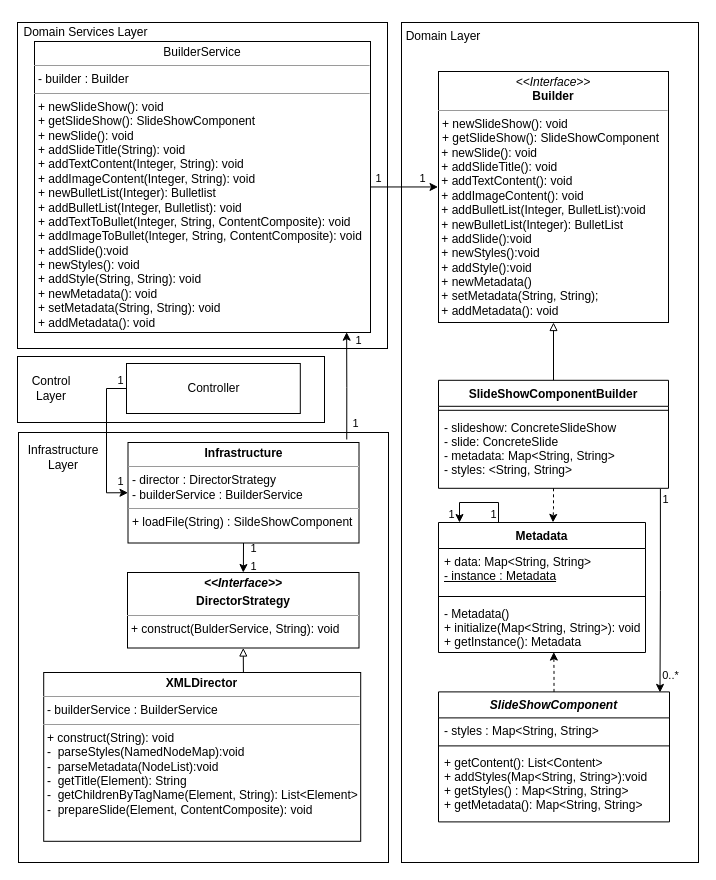
Above: Diagrams/NewDesign/Design without feature/Partial Designs for report/ObjectCreation_Domain.drawio in maartendekker1998/OU_jabberpoint (draw.io), before the change. Source tidied: cells renumbered, new cells numbered last; positions are measured from the earlier drawing's top-left corner, leaving out a move shared by most shapes. Both pictures are drawn from the tidied source at 100%, with x=0, y=0 at pixel (17, 17).
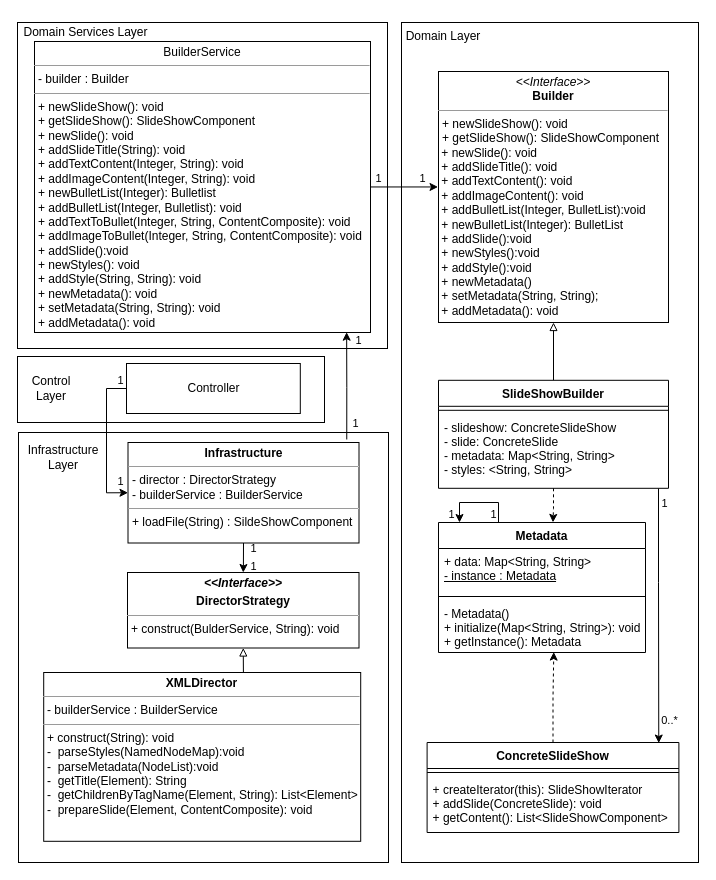
The same diagram, later.

Unchanged cells that the change refers to:
```xml
<mxCell id="13" value="- Metadata()&#10;+ initialize(Map&lt;String, String&gt;): void&#10;+ getInstance(): Metadata" style="text;strokeColor=none;fillColor=none;align=left;verticalAlign=top;spacingLeft=4;spacingRight=4;overflow=hidden;points=[[0,0.5],[1,0.5]];portConstraint=eastwest;" parent="10" vertex="1">
  <mxGeometry y="78" width="207" height="52" as="geometry" />
</mxCell>
```

Diff of the diagram source:
```diff
@@
-    <mxCell id="5" style="edgeStyle=orthogonalEdgeStyle;rounded=0;jettySize=auto;html=1;dashed=1;endArrow=classic;endFill=1;entryX=0.557;entryY=0.992;entryDx=0;entryDy=0;entryPerimeter=0;" parent="1" edge="1" source="6" target="13">
+    <mxCell id="5" style="edgeStyle=orthogonalEdgeStyle;rounded=0;jettySize=auto;html=1;dashed=1;endArrow=classic;endFill=1;entryX=0.557;entryY=0.992;entryDx=0;entryDy=0;entryPerimeter=0;exitX=0.5;exitY=0;exitDx=0;exitDy=0;" parent="1" edge="1" source="49" target="13">
       <mxGeometry relative="1" as="geometry" />
     </mxCell>
-    <mxCell id="6" value="SlideShowComponent" style="swimlane;fontStyle=3;align=center;verticalAlign=top;horizontal=1;startSize=26;" parent="1" vertex="1">
-      <mxGeometry x="421" y="674.4" width="231" height="130" as="geometry" />
-    </mxCell>
-    <mxCell id="7" value="- styles : Map&lt;String, String&gt;" style="text;strokeColor=none;fillColor=none;align=left;verticalAlign=top;spacingLeft=4;spacingRight=4;overflow=hidden;" parent="6" vertex="1">
-      <mxGeometry y="26" width="231" height="24" as="geometry" />
-    </mxCell>
-    <mxCell id="8" style="line;strokeWidth=1;fillColor=none;align=left;verticalAlign=middle;spacingTop=-1;spacingLeft=3;spacingRight=3;labelPosition=right;strokeColor=inherit;" parent="6" vertex="1">
-      <mxGeometry y="50" width="231" height="8" as="geometry" />
-    </mxCell>
-    <mxCell id="9" value="+ getContent(): List&lt;Content&gt;&#10;+ addStyles(Map&lt;String, String&gt;):void&#10;+ getStyles() : Map&lt;String, String&gt;&#10;+ getMetadata(): Map&lt;String, String&gt;&#10;" style="text;strokeColor=none;fillColor=none;align=left;verticalAlign=top;spacingLeft=4;spacingRight=4;overflow=hidden;" parent="6" vertex="1">
-      <mxGeometry y="58" width="231" height="72" as="geometry" />
-    </mxCell>
@@
-    <mxCell id="17" style="edgeStyle=orthogonalEdgeStyle;rounded=0;orthogonalLoop=1;jettySize=auto;html=1;entryX=0.95;entryY=0.004;entryDx=0;entryDy=0;entryPerimeter=0;endArrow=classic;endFill=1;exitX=0.956;exitY=1.008;exitDx=0;exitDy=0;exitPerimeter=0;" parent="1" edge="1">
+    <mxCell id="17" style="edgeStyle=orthogonalEdgeStyle;rounded=0;jettySize=auto;html=1;endArrow=classic;endFill=1;entryX=0.92;entryY=0.006;entryDx=0;entryDy=0;entryPerimeter=0;" parent="1" edge="1" target="49">
       <mxGeometry relative="1" as="geometry">
-        <mxPoint x="642.9" y="471.3" as="sourcePoint" />
-        <mxPoint x="642.5" y="674.9" as="targetPoint" />
+        <mxPoint x="641" y="471" as="sourcePoint" />
         <Array as="points">
-          <mxPoint x="643" y="573" />
+          <mxPoint x="641" y="565" />
+          <mxPoint x="641" y="565" />
         </Array>
       </mxGeometry>
     </mxCell>
@@
-    <mxCell id="20" value="SlideShowComponentBuilder" style="swimlane;fontStyle=1;align=center;verticalAlign=top;horizontal=1;startSize=26;" parent="1" vertex="1">
+    <mxCell id="20" value="SlideShowBuilder" style="swimlane;fontStyle=1;align=center;verticalAlign=top;horizontal=1;startSize=26;" parent="1" vertex="1">
       <mxGeometry x="421" y="362.8" width="230" height="108" as="geometry" />
     </mxCell>
@@
+    <mxCell id="49" value="ConcreteSlideShow" style="swimlane;fontStyle=1;align=center;verticalAlign=top;horizontal=1;startSize=26;" parent="1" vertex="1">
+      <mxGeometry x="409.6" y="725" width="251.8" height="90" as="geometry" />
+    </mxCell>
+    <mxCell id="50" style="line;strokeWidth=1;fillColor=none;align=left;verticalAlign=middle;spacingTop=-1;spacingLeft=3;spacingRight=3;labelPosition=right;strokeColor=inherit;" parent="49" vertex="1">
+      <mxGeometry y="26" width="251.8" height="8" as="geometry" />
+    </mxCell>
+    <mxCell id="51" value="+ createIterator(this): SlideShowIterator&#10;+ addSlide(ConcreteSlide): void&#10;+ getContent(): List&lt;SlideShowComponent&gt; " style="text;strokeColor=none;fillColor=none;align=left;verticalAlign=top;spacingLeft=4;spacingRight=4;overflow=hidden;" parent="49" vertex="1">
+      <mxGeometry y="34" width="251.8" height="56" as="geometry" />
+    </mxCell>
```
